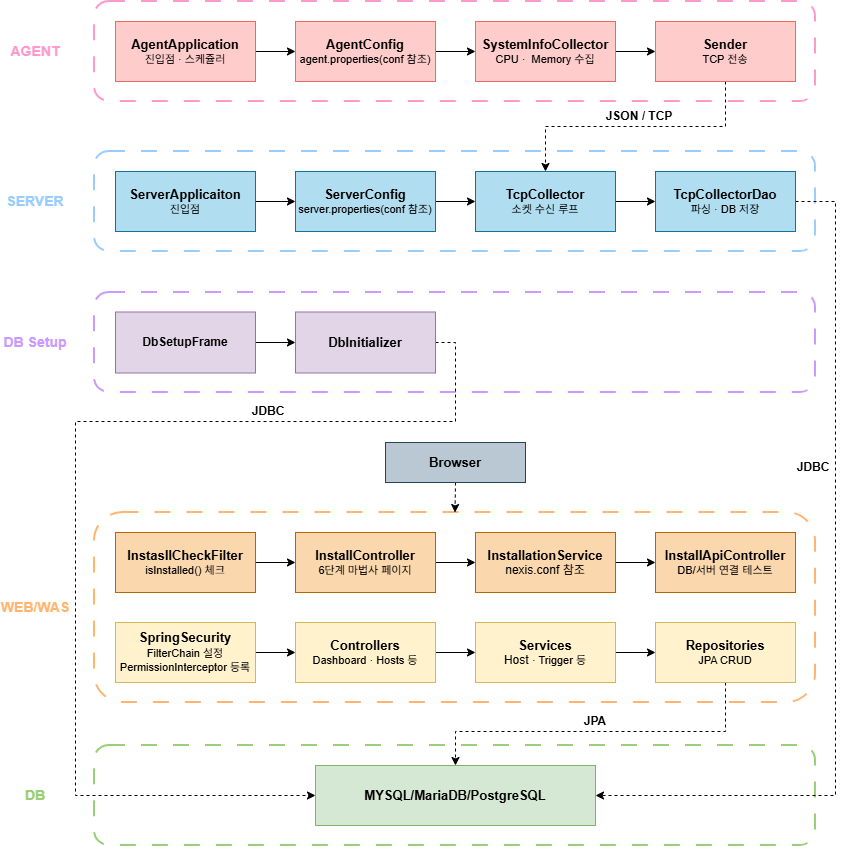
Before: assets/img/설계도.drawio.png, a diagram exported from draw.io (Hyein-Park-git/Portfolio). Source tidied: cells renumbered, new cells last; positions are measured from the earlier drawing's top-left corner, leaving out a move shared by most shapes.
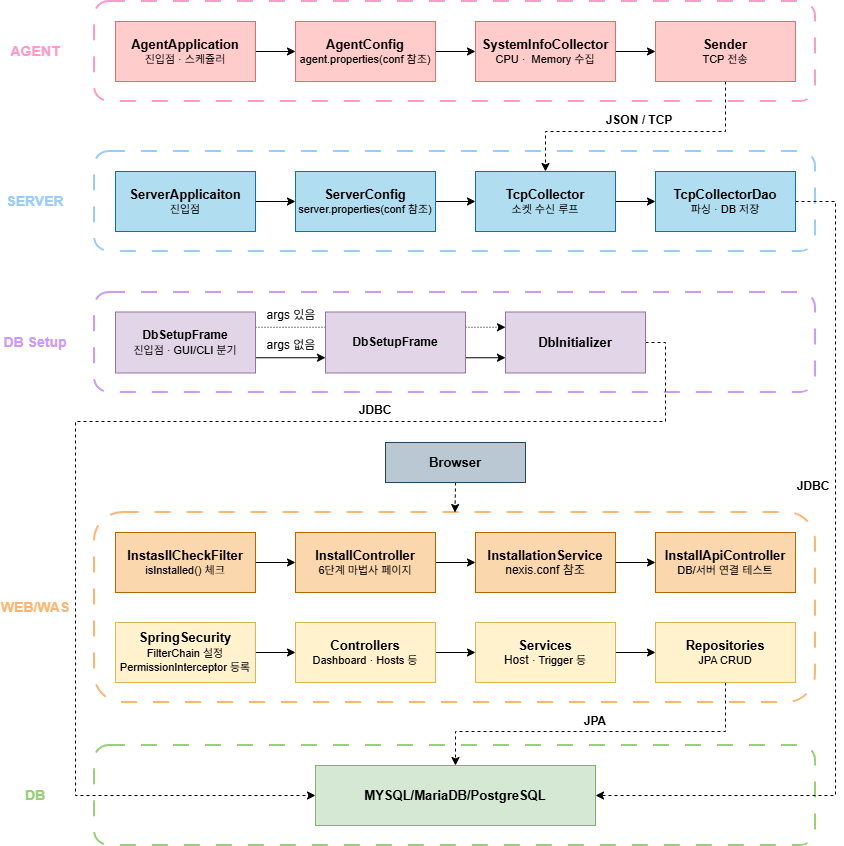
After the change.

The edit, as a diff of the source:
```diff
@@ -5,6 +5,9 @@
     <mxCell id="2" style="rounded=1;whiteSpace=wrap;html=1;fillColor=none;dashed=1;strokeColor=#CC99FF;strokeWidth=2;dashPattern=8 8;" parent="1" vertex="1">
       <mxGeometry x="94" y="291" width="721" height="100" as="geometry" />
     </mxCell>
+    <mxCell id="54" style="edgeStyle=orthogonalEdgeStyle;rounded=0;jettySize=auto;html=1;exitX=1;exitY=0.25;exitDx=0;exitDy=0;entryX=0;entryY=0.25;entryDx=0;entryDy=0;dashed=1;dashPattern=1 2;" parent="1" edge="1" source="56" target="26">
+      <mxGeometry relative="1" as="geometry" />
+    </mxCell>
     <mxCell id="3" style="rounded=1;whiteSpace=wrap;html=1;fillColor=none;dashed=1;strokeColor=#97D077;strokeWidth=2;dashPattern=8 8;" parent="1" vertex="1">
       <mxGeometry x="94" y="744" width="721" height="100" as="geometry" />
     </mxCell>
@@ -36,7 +39,12 @@
       <mxGeometry x="475" y="20" width="140" height="60" as="geometry" />
     </mxCell>
     <mxCell id="13" style="edgeStyle=orthogonalEdgeStyle;rounded=0;jettySize=auto;html=1;exitX=0.5;exitY=1;exitDx=0;exitDy=0;entryX=0.5;entryY=0;entryDx=0;entryDy=0;dashed=1;" parent="1" edge="1" source="14" target="20">
-      <mxGeometry relative="1" as="geometry" />
+      <mxGeometry relative="1" as="geometry">
+        <Array as="points">
+          <mxPoint x="725" y="130" />
+          <mxPoint x="545" y="130" />
+        </Array>
+      </mxGeometry>
     </mxCell>
     <mxCell id="14" value="&lt;font style=&quot;font-size: 13px;&quot;&gt;&lt;b&gt;Sender&lt;/b&gt;&lt;/font&gt;&lt;div&gt;&lt;font style=&quot;font-size: 11px;&quot;&gt;TCP 전송&lt;/font&gt;&lt;/div&gt;" style="rounded=0;whiteSpace=wrap;html=1;fillColor=#ffcccc;strokeColor=#EA6B66;" parent="1" vertex="1">
       <mxGeometry x="655" y="20" width="140" height="60" as="geometry" />
@@ -70,24 +78,24 @@
     <mxCell id="22" value="&lt;font style=&quot;font-size: 13px;&quot;&gt;&lt;b&gt;TcpCollectorDao&lt;/b&gt;&lt;/font&gt;&lt;div&gt;&lt;font style=&quot;font-size: 11px;&quot;&gt;파싱&amp;nbsp;&lt;/font&gt;&lt;span style=&quot;font-size: 11px; background-color: transparent; color: light-dark(rgb(0, 0, 0), rgb(255, 255, 255));&quot;&gt;·&amp;nbsp;&lt;/span&gt;&lt;span style=&quot;font-size: 11px; background-color: transparent; color: light-dark(rgb(0, 0, 0), rgb(255, 255, 255));&quot;&gt;DB 저장&lt;/span&gt;&lt;/div&gt;" style="rounded=0;whiteSpace=wrap;html=1;fillColor=#b1ddf0;strokeColor=#10739e;" parent="1" vertex="1">
       <mxGeometry x="655" y="170" width="140" height="60" as="geometry" />
     </mxCell>
-    <mxCell id="23" style="edgeStyle=orthogonalEdgeStyle;rounded=0;jettySize=auto;html=1;exitX=1;exitY=0.5;exitDx=0;exitDy=0;entryX=0;entryY=0.5;entryDx=0;entryDy=0;" parent="1" edge="1" source="24" target="26">
+    <mxCell id="23" style="edgeStyle=orthogonalEdgeStyle;rounded=0;jettySize=auto;html=1;exitX=1;exitY=0.75;exitDx=0;exitDy=0;entryX=0;entryY=0.75;entryDx=0;entryDy=0;" parent="1" edge="1" source="24" target="26">
       <mxGeometry relative="1" as="geometry" />
     </mxCell>
     <mxCell id="24" value="&lt;b&gt;DbSetupFrame&lt;/b&gt;" style="rounded=0;whiteSpace=wrap;html=1;fillColor=#e1d5e7;strokeColor=#9673a6;" parent="1" vertex="1">
-      <mxGeometry x="115" y="310.5" width="140" height="61" as="geometry" />
+      <mxGeometry x="325" y="310.5" width="140" height="61" as="geometry" />
     </mxCell>
     <mxCell id="25" style="edgeStyle=orthogonalEdgeStyle;rounded=0;jettySize=auto;html=1;exitX=1;exitY=0.5;exitDx=0;exitDy=0;dashed=1;entryX=0;entryY=0.5;entryDx=0;entryDy=0;" parent="1" edge="1" source="26" target="44">
       <mxGeometry relative="1" as="geometry">
         <Array as="points">
-          <mxPoint x="455" y="341" />
-          <mxPoint x="455" y="420" />
+          <mxPoint x="665" y="341" />
+          <mxPoint x="665" y="420" />
           <mxPoint x="75" y="420" />
           <mxPoint x="75" y="794" />
         </Array>
       </mxGeometry>
     </mxCell>
     <mxCell id="26" value="&lt;b&gt;&lt;font style=&quot;font-size: 13px;&quot;&gt;DbInitializer&lt;/font&gt;&lt;/b&gt;" style="rounded=0;whiteSpace=wrap;html=1;fillColor=#e1d5e7;strokeColor=#9673a6;" parent="1" vertex="1">
-      <mxGeometry x="295" y="310.5" width="140" height="61" as="geometry" />
+      <mxGeometry x="505" y="310.5" width="140" height="61" as="geometry" />
     </mxCell>
     <mxCell id="27" style="edgeStyle=orthogonalEdgeStyle;rounded=0;jettySize=auto;html=1;exitX=1;exitY=0.5;exitDx=0;exitDy=0;" parent="1" edge="1" source="28" target="32">
       <mxGeometry relative="1" as="geometry" />
@@ -151,10 +159,10 @@
       <mxGeometry x="315" y="764" width="280" height="60" as="geometry" />
     </mxCell>
     <mxCell id="45" value="&lt;b&gt;JSON / TCP&lt;/b&gt;" style="text;html=1;whiteSpace=wrap;strokeColor=none;fillColor=none;align=center;verticalAlign=middle;rounded=0;" parent="1" vertex="1">
-      <mxGeometry x="604" y="100" width="70" height="30" as="geometry" />
+      <mxGeometry x="604" y="104" width="70" height="30" as="geometry" />
     </mxCell>
     <mxCell id="46" value="&lt;b&gt;JDBC&lt;/b&gt;" style="text;html=1;whiteSpace=wrap;strokeColor=none;fillColor=none;align=center;verticalAlign=middle;rounded=0;" parent="1" vertex="1">
-      <mxGeometry x="238" y="395" width="60" height="30" as="geometry" />
+      <mxGeometry x="345" y="394" width="60" height="30" as="geometry" />
     </mxCell>
     <mxCell id="47" value="&lt;b&gt;JPA&lt;/b&gt;" style="text;html=1;whiteSpace=wrap;strokeColor=none;fillColor=none;align=center;verticalAlign=middle;rounded=0;" parent="1" vertex="1">
       <mxGeometry x="565" y="705" width="60" height="30" as="geometry" />
@@ -172,10 +180,22 @@
       <mxGeometry x="5" y="779" width="60" height="30" as="geometry" />
     </mxCell>
     <mxCell id="52" value="&lt;b&gt;JDBC&lt;/b&gt;" style="text;html=1;whiteSpace=wrap;strokeColor=none;fillColor=none;align=center;verticalAlign=middle;rounded=0;" parent="1" vertex="1">
-      <mxGeometry x="783" y="451" width="60" height="30" as="geometry" />
+      <mxGeometry x="783" y="470" width="60" height="30" as="geometry" />
     </mxCell>
     <mxCell id="53" value="&lt;font style=&quot;font-size: 14px; color: rgb(204, 153, 255);&quot;&gt;&lt;b style=&quot;&quot;&gt;DB Setup&lt;/b&gt;&lt;/font&gt;" style="text;html=1;whiteSpace=wrap;strokeColor=none;fillColor=none;align=center;verticalAlign=middle;rounded=0;" parent="1" vertex="1">
       <mxGeometry y="326" width="70" height="30" as="geometry" />
     </mxCell>
+    <mxCell id="55" style="edgeStyle=orthogonalEdgeStyle;rounded=0;jettySize=auto;html=1;exitX=1;exitY=0.75;exitDx=0;exitDy=0;entryX=0;entryY=0.75;entryDx=0;entryDy=0;" parent="1" edge="1" source="56" target="24">
+      <mxGeometry relative="1" as="geometry" />
+    </mxCell>
+    <mxCell id="56" value="&lt;b&gt;DbSetupFrame&lt;/b&gt;&lt;div&gt;&lt;font style=&quot;font-size: 11px;&quot;&gt;진입점&amp;nbsp;&lt;/font&gt;&lt;span style=&quot;font-size: 11px; background-color: transparent; color: light-dark(rgb(0, 0, 0), rgb(255, 255, 255));&quot;&gt;·&amp;nbsp;&lt;/span&gt;&lt;span style=&quot;font-size: 11px; background-color: transparent; color: light-dark(rgb(0, 0, 0), rgb(255, 255, 255));&quot;&gt;GUI/CLI 분기&lt;/span&gt;&lt;/div&gt;" style="rounded=0;whiteSpace=wrap;html=1;fillColor=#e1d5e7;strokeColor=#9673a6;" parent="1" vertex="1">
+      <mxGeometry x="115" y="310.5" width="140" height="61" as="geometry" />
+    </mxCell>
+    <mxCell id="57" value="args 없음" style="text;html=1;whiteSpace=wrap;strokeColor=none;fillColor=none;align=center;verticalAlign=middle;rounded=0;" parent="1" vertex="1">
+      <mxGeometry x="261" y="329" width="60" height="30" as="geometry" />
+    </mxCell>
+    <mxCell id="58" value="args 있음" style="text;html=1;whiteSpace=wrap;strokeColor=none;fillColor=none;align=center;verticalAlign=middle;rounded=0;" parent="1" vertex="1">
+      <mxGeometry x="261" y="299" width="60" height="30" as="geometry" />
+    </mxCell>
   </root>
 </mxGraphModel>
```
